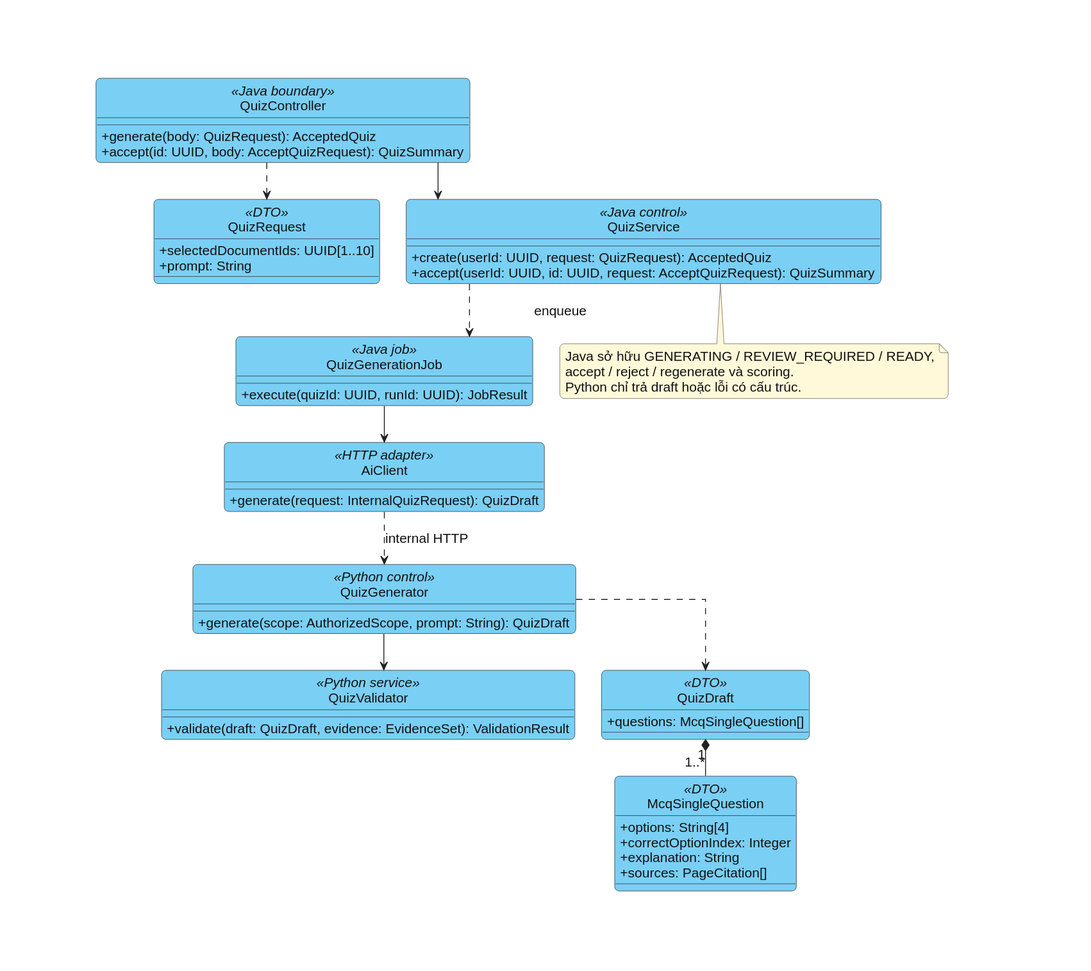
The PlantUML diagram docs/diagrams/chuong-3/class-06-quiz.svg in bch7504/DATN, before a commit. Its diagram source:
```plantuml
@startuml
skinparam defaultFontColor #111111
skinparam ArrowColor #222222
skinparam ActorBackgroundColor #7ACFF5
skinparam ActorBorderColor #222222
skinparam NoteBackgroundColor #FFF9D9
skinparam NoteBorderColor #555555
skinparam RectangleBackgroundColor white
skinparam RectangleBorderColor #222222
hide circle
skinparam ClassBackgroundColor #7ACFF5
skinparam ClassBorderColor #222222
skinparam ClassHeaderBackgroundColor #7ACFF5
skinparam shadowing false
skinparam linetype ortho
skinparam backgroundColor white
skinparam defaultFontName Arial
skinparam defaultFontSize 15
skinparam classAttributeIconSize 0
skinparam packageStyle rectangle
skinparam roundcorner 10
skinparam nodesep 30
skinparam ranksep 40
top to bottom direction
class QuizController <<Java boundary>> {
+generate(body: QuizRequest): AcceptedQuiz
+accept(id: UUID, body: AcceptQuizRequest): QuizSummary
}
class QuizRequest <<DTO>> {
+selectedDocumentIds: UUID[1..10]
+prompt: String
}
class QuizService <<Java control>> {
+create(userId: UUID, request: QuizRequest): AcceptedQuiz
+accept(userId: UUID, id: UUID, request: AcceptQuizRequest): QuizSummary
}
class QuizGenerationJob <<Java job>> {
+execute(quizId: UUID, runId: UUID): JobResult
}
class AiClient <<HTTP adapter>> {
+generate(request: InternalQuizRequest): QuizDraft
}
class QuizGenerator <<Python control>> {
+generate(scope: AuthorizedScope, prompt: String): QuizDraft
}
class QuizValidator <<Python service>> {
+validate(draft: QuizDraft, evidence: EvidenceSet): ValidationResult
}
class QuizDraft <<DTO>> {
+questions: McqSingleQuestion[]
}
class McqSingleQuestion <<DTO>> {
+options: String[4]
+correctOptionIndex: Integer
+explanation: String
+sources: PageCitation[]
}
QuizController ..> QuizRequest
QuizController --> QuizService
QuizService ..> QuizGenerationJob : enqueue
QuizGenerationJob --> AiClient
AiClient ..> QuizGenerator : internal HTTP
QuizGenerator --> QuizValidator
QuizDraft "1" *-- "1..*" McqSingleQuestion
QuizGenerator ..> QuizDraft
note bottom of QuizService
Java sở hữu GENERATING / REVIEW_REQUIRED / READY,
accept / reject / regenerate và scoring.
Python chỉ trả draft hoặc lỗi có cấu trúc.
end note
@enduml
```
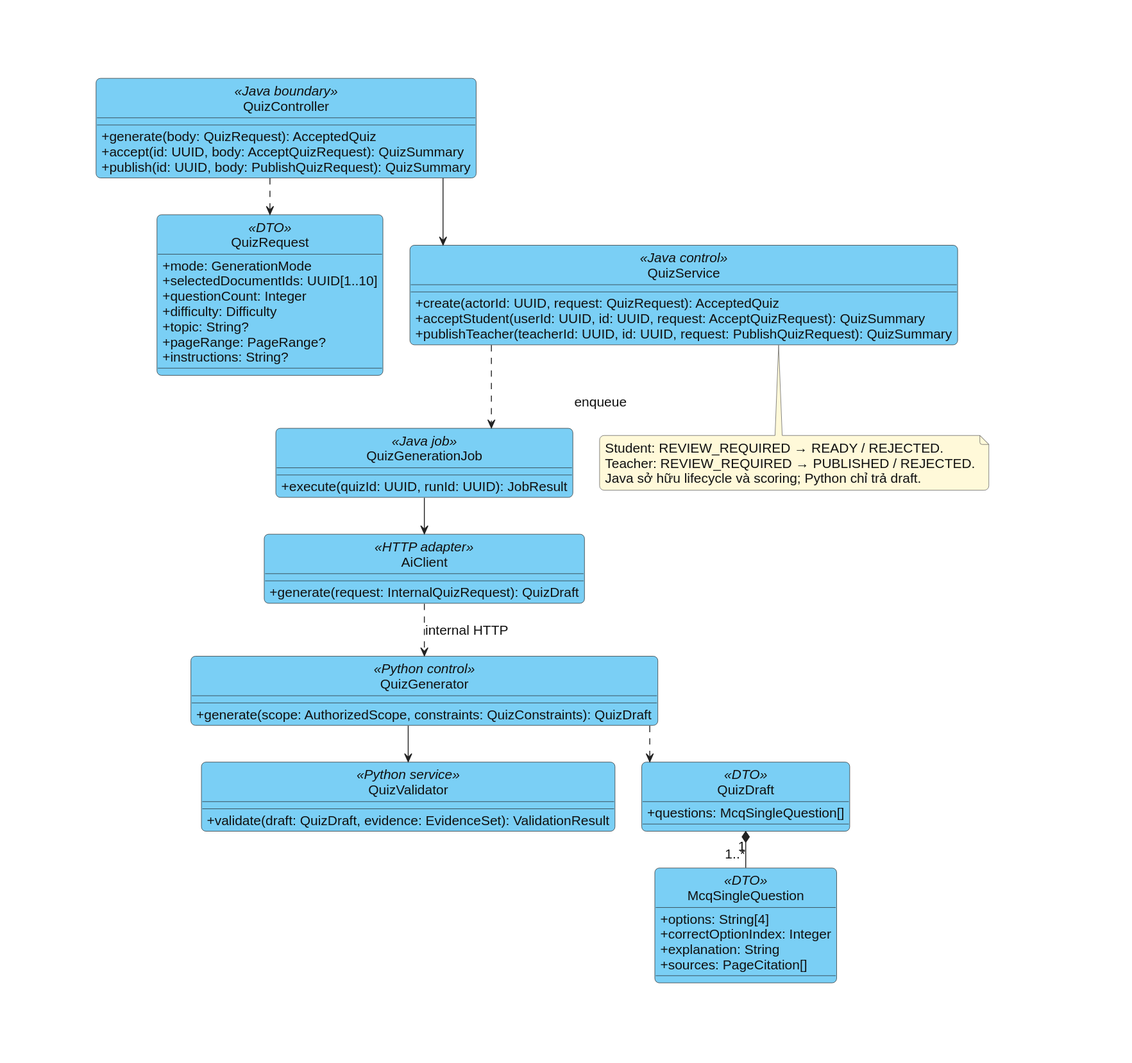
After the change.

Change to the diagram source:
```diff
@@ -1,12 +1,8 @@
 @startuml
 skinparam defaultFontColor #111111
 skinparam ArrowColor #222222
-skinparam ActorBackgroundColor #7ACFF5
-skinparam ActorBorderColor #222222
 skinparam NoteBackgroundColor #FFF9D9
 skinparam NoteBorderColor #555555
-skinparam RectangleBackgroundColor white
-skinparam RectangleBorderColor #222222
 hide circle
 skinparam ClassBackgroundColor #7ACFF5
 skinparam ClassBorderColor #222222
@@ -22,39 +18,48 @@
 skinparam nodesep 30
 skinparam ranksep 40
 top to bottom direction
+
 class QuizController <<Java boundary>> {
-+generate(body: QuizRequest): AcceptedQuiz
-+accept(id: UUID, body: AcceptQuizRequest): QuizSummary
+  +generate(body: QuizRequest): AcceptedQuiz
+  +accept(id: UUID, body: AcceptQuizRequest): QuizSummary
+  +publish(id: UUID, body: PublishQuizRequest): QuizSummary
 }
 class QuizRequest <<DTO>> {
-+selectedDocumentIds: UUID[1..10]
-+prompt: String
+  +mode: GenerationMode
+  +selectedDocumentIds: UUID[1..10]
+  +questionCount: Integer
+  +difficulty: Difficulty
+  +topic: String?
+  +pageRange: PageRange?
+  +instructions: String?
 }
 class QuizService <<Java control>> {
-+create(userId: UUID, request: QuizRequest): AcceptedQuiz
-+accept(userId: UUID, id: UUID, request: AcceptQuizRequest): QuizSummary
+  +create(actorId: UUID, request: QuizRequest): AcceptedQuiz
+  +acceptStudent(userId: UUID, id: UUID, request: AcceptQuizRequest): QuizSummary
+  +publishTeacher(teacherId: UUID, id: UUID, request: PublishQuizRequest): QuizSummary
 }
 class QuizGenerationJob <<Java job>> {
-+execute(quizId: UUID, runId: UUID): JobResult
+  +execute(quizId: UUID, runId: UUID): JobResult
 }
 class AiClient <<HTTP adapter>> {
-+generate(request: InternalQuizRequest): QuizDraft
+  +generate(request: InternalQuizRequest): QuizDraft
 }
 class QuizGenerator <<Python control>> {
-+generate(scope: AuthorizedScope, prompt: String): QuizDraft
+  +generate(scope: AuthorizedScope, constraints: QuizConstraints): QuizDraft
 }
 class QuizValidator <<Python service>> {
-+validate(draft: QuizDraft, evidence: EvidenceSet): ValidationResult
+  +validate(draft: QuizDraft, evidence: EvidenceSet): ValidationResult
 }
 class QuizDraft <<DTO>> {
-+questions: McqSingleQuestion[]
+  +questions: McqSingleQuestion[]
 }
 class McqSingleQuestion <<DTO>> {
-+options: String[4]
-+correctOptionIndex: Integer
-+explanation: String
-+sources: PageCitation[]
+  +options: String[4]
+  +correctOptionIndex: Integer
+  +explanation: String
+  +sources: PageCitation[]
 }
+
 QuizController ..> QuizRequest
 QuizController --> QuizService
 QuizService ..> QuizGenerationJob : enqueue
@@ -63,9 +68,10 @@
 QuizGenerator --> QuizValidator
 QuizDraft "1" *-- "1..*" McqSingleQuestion
 QuizGenerator ..> QuizDraft
+
 note bottom of QuizService
-Java sở hữu GENERATING / REVIEW_REQUIRED / READY,
-accept / reject / regenerate và scoring.
-Python chỉ trả draft hoặc lỗi có cấu trúc.
+Student: REVIEW_REQUIRED → READY / REJECTED.
+Teacher: REVIEW_REQUIRED → PUBLISHED / REJECTED.
+Java sở hữu lifecycle và scoring; Python chỉ trả draft.
 end note
 @enduml
```
